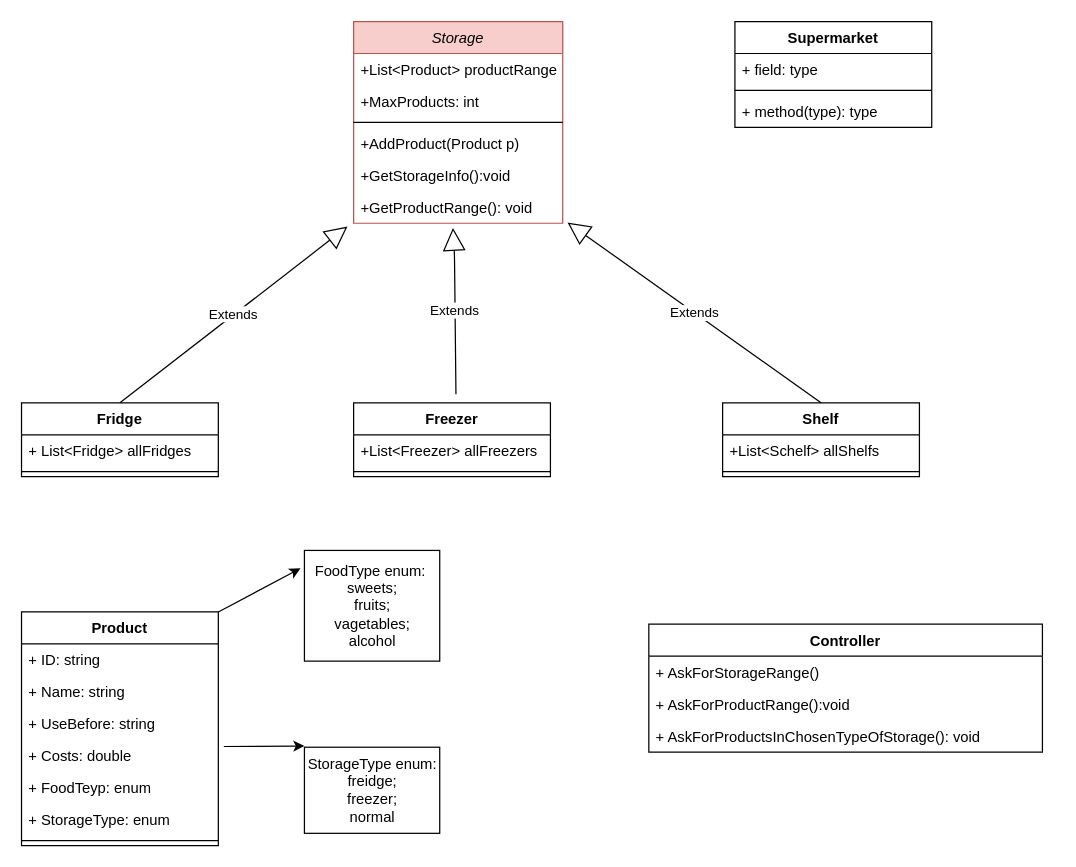
Earlier version of the draw.io diagram Unbenanntes Diagramm.drawio (woerlea/22_Supermarket). Source tidied: cells renumbered, new cells numbered last; positions are measured from the earlier drawing's top-left corner, leaving out a move shared by most shapes. Both pictures are drawn from the tidied source at 123%, with x=0, y=0 at pixel (21, 21).
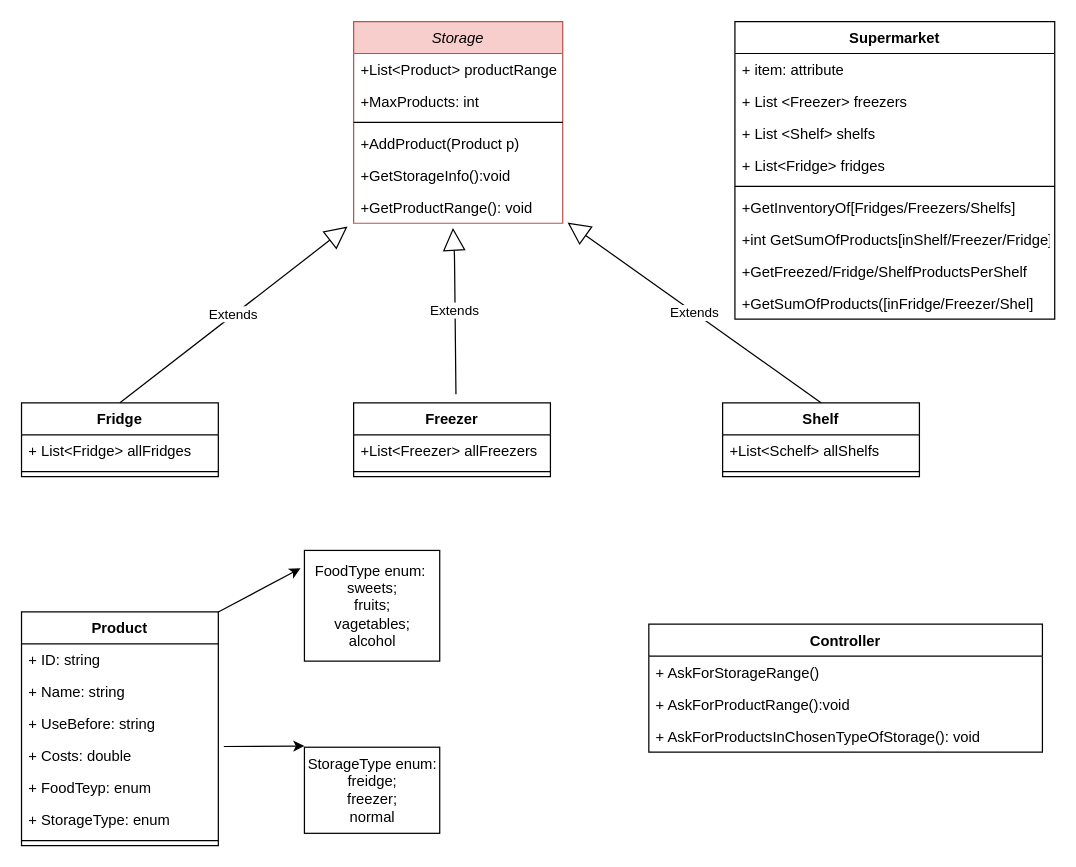
Above is the later version.

Diff of the diagram source:
```diff
@@
     <mxCell id="38" value="Supermarket" style="swimlane;fontStyle=1;align=center;verticalAlign=top;horizontal=1;startSize=26;" parent="1" vertex="1">
-      <mxGeometry x="580" width="160" height="86" as="geometry" />
+      <mxGeometry x="580" width="260" height="242" as="geometry" />
     </mxCell>
+    <mxCell id="42" value="+ item: attribute" style="text;strokeColor=none;fillColor=none;align=left;verticalAlign=top;spacingLeft=4;spacingRight=4;overflow=hidden;" parent="38" vertex="1">
+      <mxGeometry y="26" width="260" height="26" as="geometry" />
+    </mxCell>
+    <mxCell id="43" value="+ List &lt;Freezer&gt; freezers" style="text;strokeColor=none;fillColor=none;align=left;verticalAlign=top;spacingLeft=4;spacingRight=4;overflow=hidden;" parent="38" vertex="1">
+      <mxGeometry y="52" width="260" height="26" as="geometry" />
+    </mxCell>
+    <mxCell id="44" value="+ List &lt;Shelf&gt; shelfs" style="text;strokeColor=none;fillColor=none;align=left;verticalAlign=top;spacingLeft=4;spacingRight=4;overflow=hidden;" parent="38" vertex="1">
+      <mxGeometry y="78" width="260" height="26" as="geometry" />
+    </mxCell>
-    <mxCell id="39" value="+ field: type" style="text;strokeColor=none;fillColor=none;align=left;verticalAlign=top;spacingLeft=4;spacingRight=4;overflow=hidden;" parent="38" vertex="1">
-      <mxGeometry y="26" width="160" height="26" as="geometry" />
+    <mxCell id="39" value="+ List&lt;Fridge&gt; fridges" style="text;strokeColor=none;fillColor=none;align=left;verticalAlign=top;spacingLeft=4;spacingRight=4;overflow=hidden;" parent="38" vertex="1">
+      <mxGeometry y="104" width="260" height="26" as="geometry" />
     </mxCell>
     <mxCell id="40" style="line;strokeWidth=1;fillColor=none;align=left;verticalAlign=middle;spacingTop=-1;spacingLeft=3;spacingRight=3;labelPosition=right;" parent="38" vertex="1">
-      <mxGeometry y="52" width="160" height="8" as="geometry" />
+      <mxGeometry y="130" width="260" height="8" as="geometry" />
     </mxCell>
-    <mxCell id="41" value="+ method(type): type" style="text;strokeColor=none;fillColor=none;align=left;verticalAlign=top;spacingLeft=4;spacingRight=4;overflow=hidden;" parent="38" vertex="1">
-      <mxGeometry y="60" width="160" height="26" as="geometry" />
+    <mxCell id="41" value="+GetInventoryOf[Fridges/Freezers/Shelfs]" style="text;strokeColor=none;fillColor=none;align=left;verticalAlign=top;spacingLeft=4;spacingRight=4;overflow=hidden;" parent="38" vertex="1">
+      <mxGeometry y="138" width="260" height="26" as="geometry" />
     </mxCell>
+    <mxCell id="45" value="+int GetSumOfProducts[inShelf/Freezer/Fridge]" style="text;strokeColor=none;fillColor=none;align=left;verticalAlign=top;spacingLeft=4;spacingRight=4;overflow=hidden;" parent="38" vertex="1">
+      <mxGeometry y="164" width="260" height="26" as="geometry" />
+    </mxCell>
+    <mxCell id="46" value="+GetFreezed/Fridge/ShelfProductsPerShelf" style="text;strokeColor=none;fillColor=none;align=left;verticalAlign=top;spacingLeft=4;spacingRight=4;overflow=hidden;" parent="38" vertex="1">
+      <mxGeometry y="190" width="260" height="26" as="geometry" />
+    </mxCell>
+    <mxCell id="47" value="+GetSumOfProducts([inFridge/Freezer/Shel]" style="text;strokeColor=none;fillColor=none;align=left;verticalAlign=top;spacingLeft=4;spacingRight=4;overflow=hidden;" parent="38" vertex="1">
+      <mxGeometry y="216" width="260" height="26" as="geometry" />
+    </mxCell>
```
